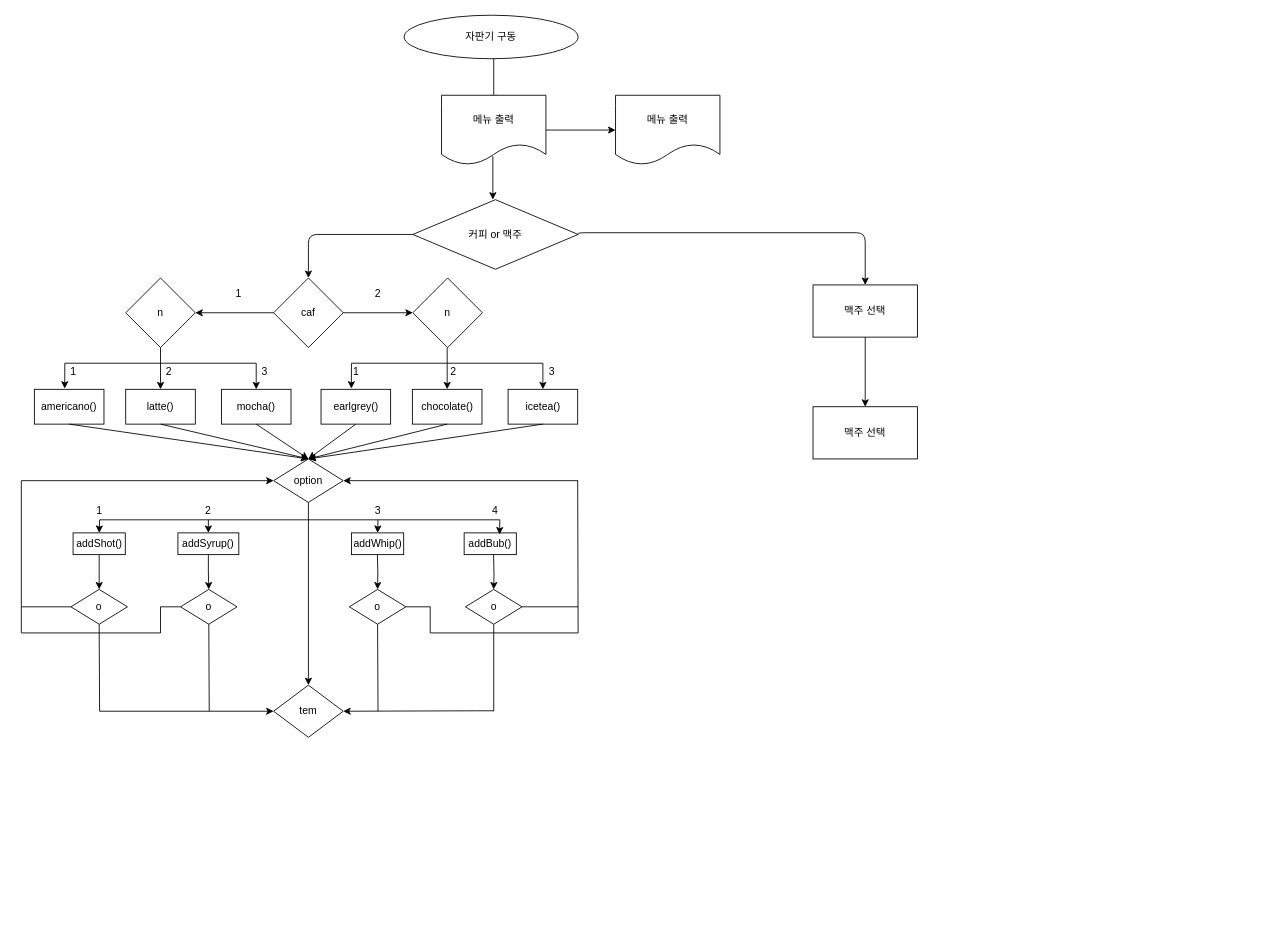
Before: Untitled Diagram.drawio in cch0618/bank-System-java-, a draw.io diagram. Source tidied: cells renumbered, new cells numbered last; positions are measured from the earlier drawing's top-left corner, leaving out a move shared by most shapes. Both pictures are drawn from the tidied source at 87%, with x=0, y=0 at pixel (21, 15).
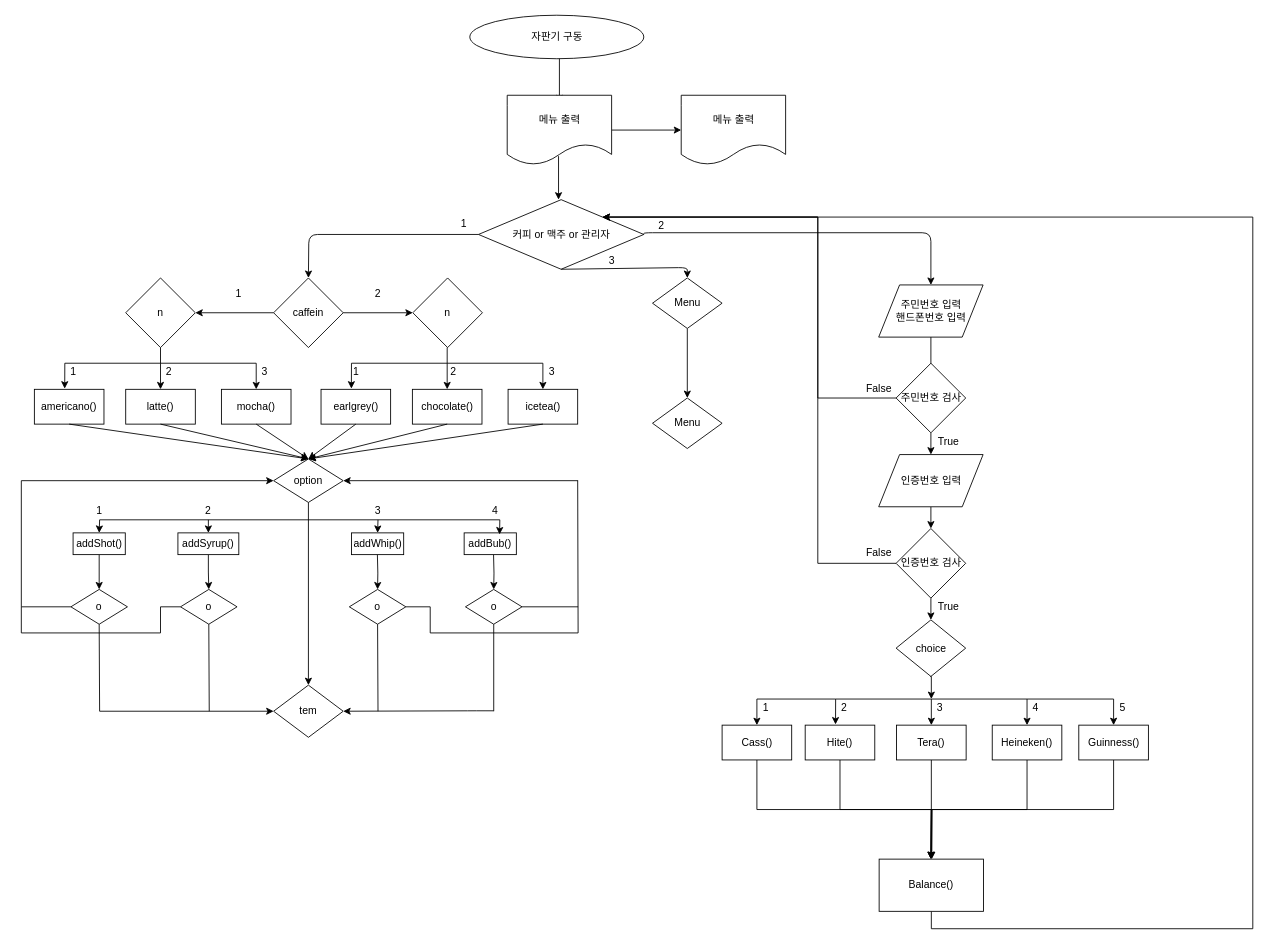
After the change.

The edit, as a diff of the source:
```diff
@@
     <mxCell id="2" value="자판기 구동" style="ellipse;whiteSpace=wrap;html=1;" parent="1" vertex="1">
-      <mxGeometry x="440" width="200" height="50" as="geometry" />
+      <mxGeometry x="515.5" width="200" height="50" as="geometry" />
     </mxCell>
     <mxCell id="3" style="endArrow=classic;html=1;entryX=0.5;entryY=1;entryDx=0;entryDy=0;exitX=0.5;exitY=0;exitDx=0;exitDy=0;" parent="1" edge="1">
       <mxGeometry relative="1" as="geometry">
-        <mxPoint x="543" y="50" as="sourcePoint" />
-        <mxPoint x="543" y="100" as="targetPoint" />
+        <mxPoint x="618.5" y="50" as="sourcePoint" />
+        <mxPoint x="618.5" y="100" as="targetPoint" />
       </mxGeometry>
     </mxCell>
     <mxCell id="4" style="endArrow=classic;html=1;entryX=0.5;entryY=1;entryDx=0;entryDy=0;exitX=0.5;exitY=0;exitDx=0;exitDy=0;" parent="1" edge="1">
       <mxGeometry relative="1" as="geometry">
-        <mxPoint x="542" y="162" as="sourcePoint" />
-        <mxPoint x="542" y="212" as="targetPoint" />
+        <mxPoint x="617.5" y="162" as="sourcePoint" />
+        <mxPoint x="617.5" y="212" as="targetPoint" />
       </mxGeometry>
     </mxCell>
@@
     <mxCell id="6" value="메뉴 출력" style="shape=document;whiteSpace=wrap;html=1;boundedLbl=1;" parent="1" vertex="1">
-      <mxGeometry x="483" y="92" width="120" height="80" as="geometry" />
+      <mxGeometry x="558.5" y="92" width="120" height="80" as="geometry" />
     </mxCell>
     <mxCell id="7" value="메뉴 출력" style="shape=document;whiteSpace=wrap;html=1;boundedLbl=1;" parent="1" vertex="1">
-      <mxGeometry x="683" y="92" width="120" height="80" as="geometry" />
+      <mxGeometry x="758.5" y="92" width="120" height="80" as="geometry" />
     </mxCell>
-    <mxCell id="8" value="커피 or 맥주" style="rhombus;whiteSpace=wrap;html=1;" parent="1" vertex="1">
-      <mxGeometry x="450" y="212" width="190" height="80" as="geometry" />
+    <mxCell id="8" value="커피 or 맥주 or 관리자" style="rhombus;whiteSpace=wrap;html=1;" parent="1" vertex="1">
+      <mxGeometry x="525.5" y="212" width="190" height="80" as="geometry" />
     </mxCell>
     <mxCell id="9" style="endArrow=classic;html=1;exitX=0;exitY=0.5;exitDx=0;exitDy=0;entryX=0.5;entryY=0;entryDx=0;entryDy=0;" parent="1" edge="1" source="8" target="18">
       <mxGeometry relative="1" as="geometry">
         <Array as="points">
-          <mxPoint x="330" y="252" />
+          <mxPoint x="330.5" y="252" />
         </Array>
       </mxGeometry>
     </mxCell>
@@
-    <mxCell id="11" style="edgeStyle=orthogonalEdgeStyle;rounded=0;jettySize=auto;html=1;" parent="1" edge="1" source="12" target="13">
-      <mxGeometry relative="1" as="geometry" />
+    <mxCell id="11" style="edgeStyle=orthogonalEdgeStyle;rounded=0;orthogonalLoop=1;jettySize=auto;html=1;" parent="1" edge="1">
+      <mxGeometry relative="1" as="geometry">
+        <mxPoint x="1045.5" y="370" as="sourcePoint" />
+        <mxPoint x="1045.5" y="450" as="targetPoint" />
+      </mxGeometry>
     </mxCell>
-    <mxCell id="12" value="맥주 선택" style="rounded=0;whiteSpace=wrap;html=1;" parent="1" vertex="1">
-      <mxGeometry x="910" y="310" width="120" height="60" as="geometry" />
-    </mxCell>
-    <mxCell id="13" value="맥주 선택" style="rounded=0;whiteSpace=wrap;html=1;" parent="1" vertex="1">
-      <mxGeometry x="910" y="450" width="120" height="60" as="geometry" />
-    </mxCell>
-    <mxCell id="14" style="edgeStyle=elbowEdgeStyle;elbow=vertical;endArrow=classic;html=1;exitX=1;exitY=0.5;exitDx=0;exitDy=0;entryX=0.5;entryY=0;entryDx=0;entryDy=0;" parent="1" edge="1" source="8" target="12">
+    <mxCell id="14" style="edgeStyle=elbowEdgeStyle;elbow=vertical;endArrow=classic;html=1;exitX=1;exitY=0.5;exitDx=0;exitDy=0;entryX=0.5;entryY=0;entryDx=0;entryDy=0;" parent="1" edge="1" source="8">
       <mxGeometry relative="1" as="geometry">
+        <mxPoint x="1045.5" y="310" as="targetPoint" />
         <Array as="points">
-          <mxPoint x="970" y="250" />
+          <mxPoint x="1045.5" y="250" />
         </Array>
       </mxGeometry>
     </mxCell>
@@
-    <mxCell id="18" value="caf" style="rhombus;whiteSpace=wrap;html=1;" parent="1" vertex="1">
+    <mxCell id="18" value="caffein" style="rhombus;whiteSpace=wrap;html=1;" parent="1" vertex="1">
       <mxGeometry x="290" y="302" width="80" height="80" as="geometry" />
     </mxCell>
@@
+    <mxCell id="94" style="edgeStyle=orthogonalEdgeStyle;rounded=0;jettySize=auto;html=1;" parent="1" edge="1" source="95" target="96">
+      <mxGeometry relative="1" as="geometry" />
+    </mxCell>
+    <mxCell id="95" value="Menu" style="rhombus;whiteSpace=wrap;html=1;" parent="1" vertex="1">
+      <mxGeometry x="725.5" y="302" width="80" height="58" as="geometry" />
+    </mxCell>
+    <mxCell id="96" value="Menu" style="rhombus;whiteSpace=wrap;html=1;" parent="1" vertex="1">
+      <mxGeometry x="725.5" y="440" width="80" height="58" as="geometry" />
+    </mxCell>
+    <mxCell id="97" style="endArrow=classic;html=1;exitX=0.5;exitY=1;exitDx=0;exitDy=0;entryX=0.5;entryY=0;entryDx=0;entryDy=0;" parent="1" edge="1" source="8" target="95">
+      <mxGeometry relative="1" as="geometry">
+        <Array as="points">
+          <mxPoint x="765.5" y="290" />
+        </Array>
+      </mxGeometry>
+    </mxCell>
+    <mxCell id="98" value="1" style="text;html=1;strokeColor=none;fillColor=none;align=center;verticalAlign=middle;whiteSpace=wrap;rounded=0;" parent="1" vertex="1">
+      <mxGeometry x="489" y="230" width="40" height="20" as="geometry" />
+    </mxCell>
+    <mxCell id="99" value="2" style="text;html=1;strokeColor=none;fillColor=none;align=center;verticalAlign=middle;whiteSpace=wrap;rounded=0;" parent="1" vertex="1">
+      <mxGeometry x="715.5" y="232" width="40" height="20" as="geometry" />
+    </mxCell>
+    <mxCell id="100" value="3" style="text;html=1;strokeColor=none;fillColor=none;align=center;verticalAlign=middle;whiteSpace=wrap;rounded=0;" parent="1" vertex="1">
+      <mxGeometry x="658.5" y="272" width="40" height="20" as="geometry" />
+    </mxCell>
+    <mxCell id="101" value="주민번호 입력&lt;br&gt;핸드폰번호 입력" style="shape=parallelogram;perimeter=parallelogramPerimeter;whiteSpace=wrap;html=1;" parent="1" vertex="1">
+      <mxGeometry x="985.5" y="310" width="120" height="60" as="geometry" />
+    </mxCell>
+    <mxCell id="102" style="edgeStyle=orthogonalEdgeStyle;rounded=0;jettySize=auto;html=1;exitX=0.5;exitY=1;exitDx=0;exitDy=0;entryX=0.5;entryY=0;entryDx=0;entryDy=0;" parent="1" edge="1" source="104" target="109">
+      <mxGeometry relative="1" as="geometry" />
+    </mxCell>
+    <mxCell id="103" style="edgeStyle=orthogonalEdgeStyle;rounded=0;jettySize=auto;html=1;exitX=0;exitY=0.5;exitDx=0;exitDy=0;entryX=1;entryY=0;entryDx=0;entryDy=0;" parent="1" edge="1" source="104" target="8">
+      <mxGeometry relative="1" as="geometry">
+        <Array as="points">
+          <mxPoint x="915.5" y="440" />
+          <mxPoint x="915.5" y="232" />
+        </Array>
+      </mxGeometry>
+    </mxCell>
+    <mxCell id="104" value="주민번호 검사" style="rhombus;whiteSpace=wrap;html=1;" parent="1" vertex="1">
+      <mxGeometry x="1005.5" y="400" width="80" height="80" as="geometry" />
+    </mxCell>
+    <mxCell id="105" style="edgeStyle=orthogonalEdgeStyle;rounded=0;jettySize=auto;html=1;exitX=0;exitY=0.5;exitDx=0;exitDy=0;entryX=1;entryY=0;entryDx=0;entryDy=0;" parent="1" edge="1" source="107" target="8">
+      <mxGeometry relative="1" as="geometry">
+        <Array as="points">
+          <mxPoint x="915.5" y="630" />
+          <mxPoint x="915.5" y="232" />
+        </Array>
+      </mxGeometry>
+    </mxCell>
+    <mxCell id="106" style="edgeStyle=orthogonalEdgeStyle;rounded=0;jettySize=auto;html=1;exitX=0.5;exitY=1;exitDx=0;exitDy=0;entryX=0.5;entryY=0;entryDx=0;entryDy=0;" parent="1" edge="1" source="107" target="115">
+      <mxGeometry relative="1" as="geometry" />
+    </mxCell>
+    <mxCell id="107" value="인증번호 검사" style="rhombus;whiteSpace=wrap;html=1;" parent="1" vertex="1">
+      <mxGeometry x="1005.5" y="590" width="80" height="80" as="geometry" />
+    </mxCell>
+    <mxCell id="108" style="edgeStyle=orthogonalEdgeStyle;rounded=0;jettySize=auto;html=1;exitX=0.5;exitY=1;exitDx=0;exitDy=0;entryX=0.5;entryY=0;entryDx=0;entryDy=0;" parent="1" edge="1" source="109" target="107">
+      <mxGeometry relative="1" as="geometry" />
+    </mxCell>
+    <mxCell id="109" value="인증번호 입력" style="shape=parallelogram;perimeter=parallelogramPerimeter;whiteSpace=wrap;html=1;" parent="1" vertex="1">
+      <mxGeometry x="985.5" y="505" width="120" height="60" as="geometry" />
+    </mxCell>
+    <mxCell id="110" value="False" style="text;html=1;strokeColor=none;fillColor=none;align=center;verticalAlign=middle;whiteSpace=wrap;rounded=0;" parent="1" vertex="1">
+      <mxGeometry x="965.5" y="420" width="40" height="20" as="geometry" />
+    </mxCell>
+    <mxCell id="111" value="False" style="text;html=1;strokeColor=none;fillColor=none;align=center;verticalAlign=middle;whiteSpace=wrap;rounded=0;" parent="1" vertex="1">
+      <mxGeometry x="965.5" y="607.5" width="40" height="20" as="geometry" />
+    </mxCell>
+    <mxCell id="112" value="True" style="text;html=1;strokeColor=none;fillColor=none;align=center;verticalAlign=middle;whiteSpace=wrap;rounded=0;" parent="1" vertex="1">
+      <mxGeometry x="1045.5" y="480" width="40" height="20" as="geometry" />
+    </mxCell>
+    <mxCell id="113" value="True" style="text;html=1;strokeColor=none;fillColor=none;align=center;verticalAlign=middle;whiteSpace=wrap;rounded=0;" parent="1" vertex="1">
+      <mxGeometry x="1045.5" y="670" width="40" height="20" as="geometry" />
+    </mxCell>
+    <mxCell id="114" style="edgeStyle=orthogonalEdgeStyle;rounded=0;jettySize=auto;html=1;exitX=0.5;exitY=1;exitDx=0;exitDy=0;entryX=0.25;entryY=0;entryDx=0;entryDy=0;" parent="1" edge="1" target="128">
+      <mxGeometry relative="1" as="geometry">
+        <mxPoint x="1044.5" y="760" as="sourcePoint" />
+      </mxGeometry>
+    </mxCell>
+    <mxCell id="115" value="choice" style="rhombus;whiteSpace=wrap;html=1;" parent="1" vertex="1">
+      <mxGeometry x="1005.5" y="695" width="80" height="65" as="geometry" />
+    </mxCell>
+    <mxCell id="116" style="edgeStyle=elbowEdgeStyle;elbow=vertical;endArrow=classic;html=1;exitX=0.5;exitY=1;exitDx=0;exitDy=0;entryX=0.5;entryY=1;entryDx=0;entryDy=0;" parent="1" edge="1">
+      <mxGeometry relative="1" as="geometry">
+        <mxPoint x="1176" y="778" as="sourcePoint" />
+        <mxPoint x="1176" y="778" as="targetPoint" />
+      </mxGeometry>
+    </mxCell>
+    <mxCell id="117" style="edgeStyle=orthogonalEdgeStyle;rounded=0;jettySize=auto;html=1;exitX=0.5;exitY=1;exitDx=0;exitDy=0;" parent="1" edge="1" source="118">
+      <mxGeometry relative="1" as="geometry">
+        <mxPoint x="1045.5" y="970" as="targetPoint" />
+      </mxGeometry>
+    </mxCell>
+    <mxCell id="118" value="Hite()" style="rounded=0;whiteSpace=wrap;html=1;" parent="1" vertex="1">
+      <mxGeometry x="901" y="816" width="80" height="40" as="geometry" />
+    </mxCell>
+    <mxCell id="119" style="endArrow=none;html=1;" parent="1" edge="1">
+      <mxGeometry relative="1" as="geometry">
+        <mxPoint x="936" y="786" as="sourcePoint" />
+        <mxPoint x="1156" y="786" as="targetPoint" />
+      </mxGeometry>
+    </mxCell>
+    <mxCell id="120" style="edgeStyle=orthogonalEdgeStyle;rounded=0;jettySize=auto;html=1;exitX=0.5;exitY=1;exitDx=0;exitDy=0;" parent="1" edge="1" source="121">
+      <mxGeometry relative="1" as="geometry">
+        <mxPoint x="1046.5" y="970" as="targetPoint" />
+      </mxGeometry>
+    </mxCell>
+    <mxCell id="121" value="Tera()" style="rounded=0;whiteSpace=wrap;html=1;" parent="1" vertex="1">
+      <mxGeometry x="1006" y="816" width="80" height="40" as="geometry" />
+    </mxCell>
+    <mxCell id="122" style="edgeStyle=orthogonalEdgeStyle;rounded=0;jettySize=auto;html=1;exitX=0.5;exitY=1;exitDx=0;exitDy=0;" parent="1" edge="1" source="123">
+      <mxGeometry relative="1" as="geometry">
+        <mxPoint x="1045.5" y="970" as="targetPoint" />
+      </mxGeometry>
+    </mxCell>
+    <mxCell id="123" value="Heineken()" style="rounded=0;whiteSpace=wrap;html=1;" parent="1" vertex="1">
+      <mxGeometry x="1116" y="816" width="80" height="40" as="geometry" />
+    </mxCell>
+    <mxCell id="124" style="endArrow=classic;html=1;entryX=0.436;entryY=-0.02;entryDx=0;entryDy=0;entryPerimeter=0;" parent="1" edge="1" target="118">
+      <mxGeometry relative="1" as="geometry">
+        <mxPoint x="936" y="786" as="sourcePoint" />
+      </mxGeometry>
+    </mxCell>
+    <mxCell id="125" style="endArrow=classic;html=1;entryX=0.5;entryY=0;entryDx=0;entryDy=0;" parent="1" edge="1" target="121">
+      <mxGeometry relative="1" as="geometry">
+        <mxPoint x="1046" y="786" as="sourcePoint" />
+      </mxGeometry>
+    </mxCell>
+    <mxCell id="126" style="endArrow=classic;html=1;entryX=0.5;entryY=0;entryDx=0;entryDy=0;" parent="1" edge="1" target="123">
+      <mxGeometry relative="1" as="geometry">
+        <mxPoint x="1156" y="786" as="sourcePoint" />
+      </mxGeometry>
+    </mxCell>
+    <mxCell id="127" value="2" style="text;html=1;strokeColor=none;fillColor=none;align=center;verticalAlign=middle;whiteSpace=wrap;rounded=0;" parent="1" vertex="1">
+      <mxGeometry x="926" y="786" width="40" height="20" as="geometry" />
+    </mxCell>
+    <mxCell id="128" value="3" style="text;html=1;strokeColor=none;fillColor=none;align=center;verticalAlign=middle;whiteSpace=wrap;rounded=0;" parent="1" vertex="1">
+      <mxGeometry x="1036" y="786" width="40" height="20" as="geometry" />
+    </mxCell>
+    <mxCell id="129" value="4" style="text;html=1;strokeColor=none;fillColor=none;align=center;verticalAlign=middle;whiteSpace=wrap;rounded=0;" parent="1" vertex="1">
+      <mxGeometry x="1146" y="786" width="40" height="20" as="geometry" />
+    </mxCell>
+    <mxCell id="130" style="edgeStyle=elbowEdgeStyle;elbow=vertical;endArrow=classic;html=1;exitX=0.5;exitY=1;exitDx=0;exitDy=0;entryX=0.5;entryY=1;entryDx=0;entryDy=0;" parent="1" edge="1">
+      <mxGeometry relative="1" as="geometry">
+        <mxPoint x="865.5" y="778" as="sourcePoint" />
+        <mxPoint x="865.5" y="778" as="targetPoint" />
+      </mxGeometry>
+    </mxCell>
+    <mxCell id="131" style="edgeStyle=orthogonalEdgeStyle;rounded=0;jettySize=auto;html=1;exitX=0.5;exitY=1;exitDx=0;exitDy=0;entryX=0.5;entryY=0;entryDx=0;entryDy=0;" parent="1" edge="1" source="132" target="143">
+      <mxGeometry relative="1" as="geometry" />
+    </mxCell>
+    <mxCell id="132" value="Cass()" style="rounded=0;whiteSpace=wrap;html=1;" parent="1" vertex="1">
+      <mxGeometry x="805.5" y="816" width="80" height="40" as="geometry" />
+    </mxCell>
+    <mxCell id="133" style="endArrow=classic;html=1;entryX=0.5;entryY=0;entryDx=0;entryDy=0;" parent="1" edge="1" target="132">
+      <mxGeometry relative="1" as="geometry">
+        <mxPoint x="845.5" y="786" as="sourcePoint" />
+      </mxGeometry>
+    </mxCell>
+    <mxCell id="134" value="1" style="text;html=1;strokeColor=none;fillColor=none;align=center;verticalAlign=middle;whiteSpace=wrap;rounded=0;" parent="1" vertex="1">
+      <mxGeometry x="835.5" y="786" width="40" height="20" as="geometry" />
+    </mxCell>
+    <mxCell id="135" style="endArrow=none;html=1;entryX=0.25;entryY=0;entryDx=0;entryDy=0;exitX=0.25;exitY=0;exitDx=0;exitDy=0;" parent="1" edge="1" source="134" target="127">
+      <mxGeometry relative="1" as="geometry" />
+    </mxCell>
+    <mxCell id="136" style="edgeStyle=elbowEdgeStyle;elbow=vertical;endArrow=classic;html=1;exitX=0.5;exitY=1;exitDx=0;exitDy=0;entryX=0.5;entryY=1;entryDx=0;entryDy=0;" parent="1" edge="1">
+      <mxGeometry relative="1" as="geometry">
+        <mxPoint x="1275.5" y="778" as="sourcePoint" />
+        <mxPoint x="1275.5" y="778" as="targetPoint" />
+      </mxGeometry>
+    </mxCell>
+    <mxCell id="137" style="edgeStyle=orthogonalEdgeStyle;rounded=0;jettySize=auto;html=1;exitX=0.5;exitY=1;exitDx=0;exitDy=0;" parent="1" edge="1" source="138">
+      <mxGeometry relative="1" as="geometry">
+        <mxPoint x="1045.5" y="970" as="targetPoint" />
+      </mxGeometry>
+    </mxCell>
+    <mxCell id="138" value="Guinness()" style="rounded=0;whiteSpace=wrap;html=1;" parent="1" vertex="1">
+      <mxGeometry x="1215.5" y="816" width="80" height="40" as="geometry" />
+    </mxCell>
+    <mxCell id="139" style="endArrow=classic;html=1;entryX=0.5;entryY=0;entryDx=0;entryDy=0;" parent="1" edge="1" target="138">
+      <mxGeometry relative="1" as="geometry">
+        <mxPoint x="1255.5" y="786" as="sourcePoint" />
+      </mxGeometry>
+    </mxCell>
+    <mxCell id="140" value="5" style="text;html=1;strokeColor=none;fillColor=none;align=center;verticalAlign=middle;whiteSpace=wrap;rounded=0;" parent="1" vertex="1">
+      <mxGeometry x="1245.5" y="786" width="40" height="20" as="geometry" />
+    </mxCell>
+    <mxCell id="141" style="endArrow=none;html=1;entryX=0.25;entryY=0;entryDx=0;entryDy=0;exitX=0.25;exitY=0;exitDx=0;exitDy=0;" parent="1" edge="1" source="129" target="140">
+      <mxGeometry relative="1" as="geometry" />
+    </mxCell>
+    <mxCell id="142" style="edgeStyle=orthogonalEdgeStyle;rounded=0;jettySize=auto;html=1;exitX=0.5;exitY=1;exitDx=0;exitDy=0;entryX=1;entryY=0;entryDx=0;entryDy=0;" parent="1" edge="1" source="143" target="8">
+      <mxGeometry relative="1" as="geometry">
+        <Array as="points">
+          <mxPoint x="1046.5" y="1050" />
+          <mxPoint x="1415.5" y="1050" />
+          <mxPoint x="1415.5" y="232" />
+        </Array>
+      </mxGeometry>
+    </mxCell>
+    <mxCell id="143" value="Balance()" style="rounded=0;whiteSpace=wrap;html=1;" parent="1" vertex="1">
+      <mxGeometry x="986" y="970" width="120" height="60" as="geometry" />
+    </mxCell>
```
